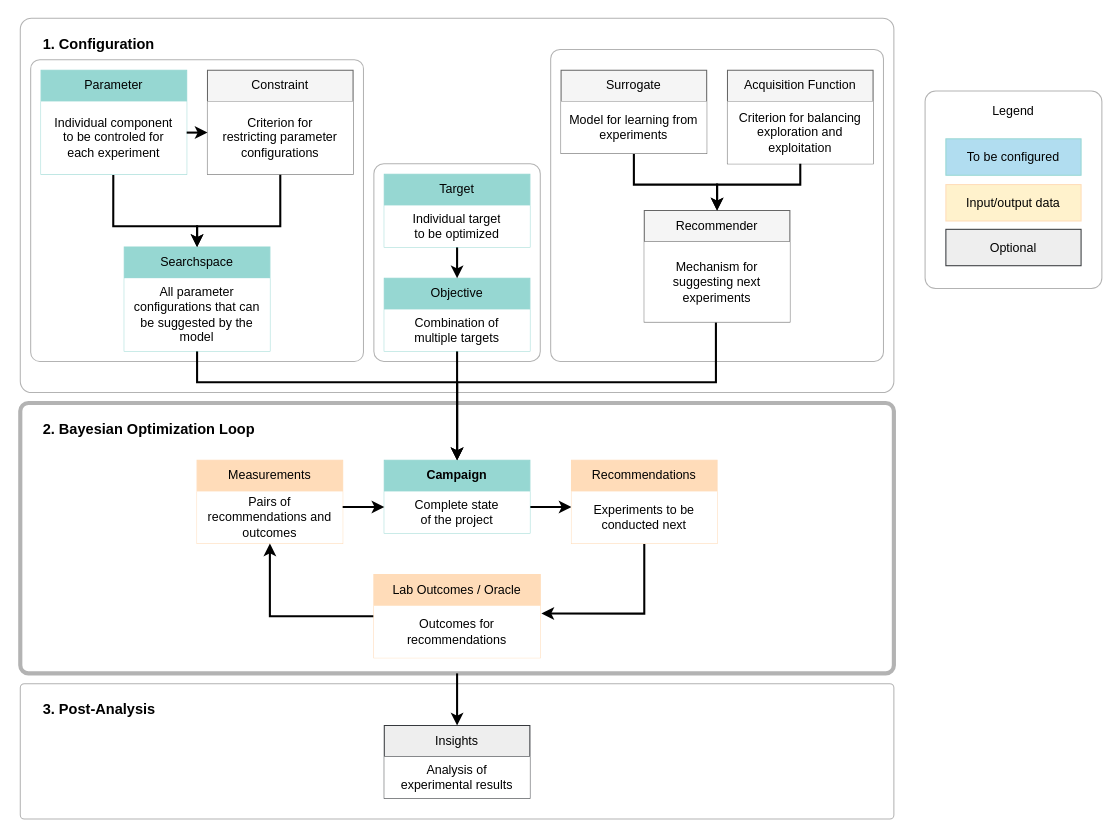
Above: docs/_static/api_overview.drawio in emdgroup/baybe (draw.io), before the change. Source tidied: cells renumbered, new cells numbered last; positions are measured from the earlier drawing's top-left corner, leaving out a move shared by most shapes. Both pictures are drawn from the tidied source at 104%, with x=0, y=0 at pixel (20, 18).
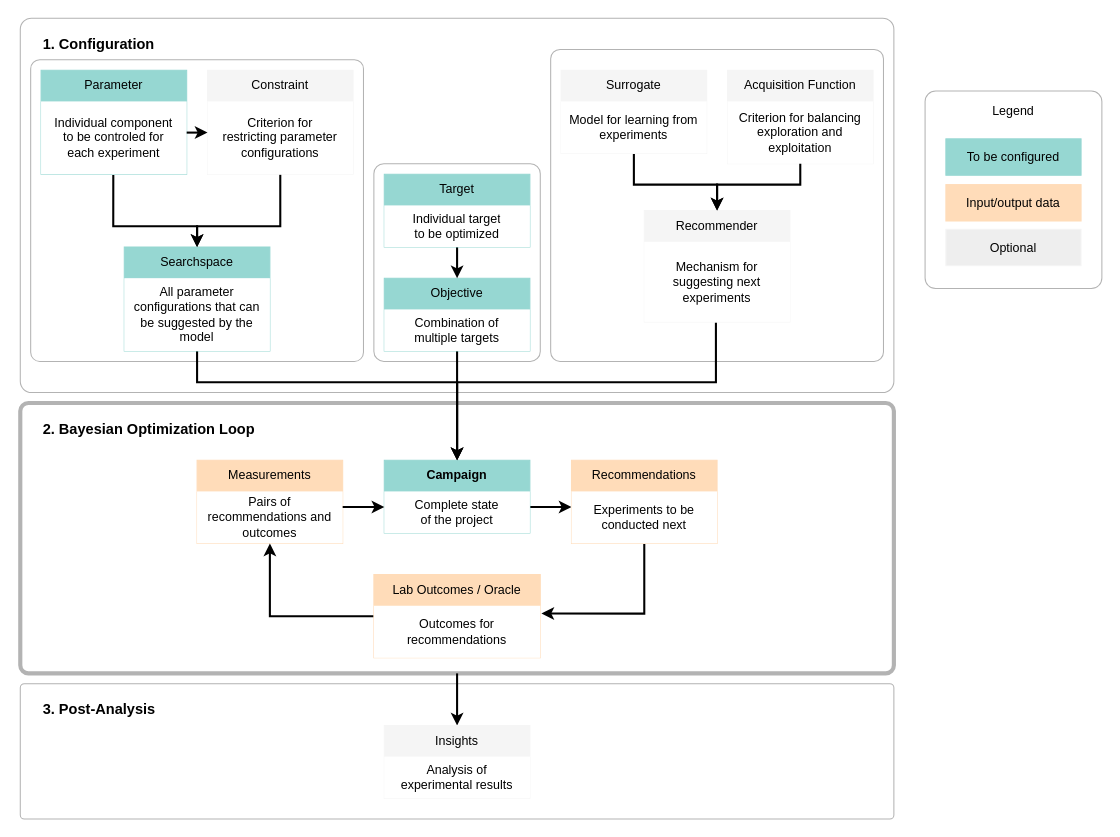
Above is the later version.

Commit message:
Update diagram colors

Diff of the diagram source:
```diff
@@
-    <mxCell id="20" value="&lt;font style=&quot;color: light-dark(rgb(0, 0, 0), rgb(255, 255, 255));&quot;&gt;Recommender&lt;/font&gt;" style="swimlane;fontStyle=0;horizontal=1;startSize=30;whiteSpace=wrap;html=1;fillColor=#f5f5f5;strokeColor=#666666;fontColor=#333333;" parent="1" vertex="1">
+    <mxCell id="20" value="&lt;font style=&quot;color: light-dark(rgb(0, 0, 0), rgb(255, 255, 255));&quot;&gt;Recommender&lt;/font&gt;" style="swimlane;fontStyle=0;horizontal=1;startSize=30;whiteSpace=wrap;html=1;fillColor=#f5f5f5;strokeColor=light-dark(#F5F5F5,#1A1A1A);fontColor=#333333;" parent="1" vertex="1">
       <mxGeometry x="600" y="185" width="140" height="107" as="geometry" />
     </mxCell>
@@
-    <mxCell id="35" value="&lt;font style=&quot;color: light-dark(rgb(0, 0, 0), rgb(255, 255, 255));&quot;&gt;Constraint&lt;/font&gt;" style="swimlane;fontStyle=0;horizontal=1;startSize=30;whiteSpace=wrap;html=1;fillColor=#f5f5f5;strokeColor=#666666;fontColor=#333333;" parent="1" vertex="1">
+    <mxCell id="35" value="&lt;font style=&quot;color: light-dark(rgb(0, 0, 0), rgb(255, 255, 255));&quot;&gt;Constraint&lt;/font&gt;" style="swimlane;fontStyle=0;horizontal=1;startSize=30;whiteSpace=wrap;html=1;fillColor=#f5f5f5;strokeColor=light-dark(#F5F5F5,#1A1A1A);fontColor=#333333;" parent="1" vertex="1">
       <mxGeometry x="180" y="50" width="140" height="100" as="geometry" />
     </mxCell>
@@
-    <mxCell id="37" value="&lt;font style=&quot;color: light-dark(rgb(0, 0, 0), rgb(255, 255, 255));&quot;&gt;Insights&lt;/font&gt;" style="swimlane;fontStyle=0;horizontal=1;startSize=30;whiteSpace=wrap;html=1;fillColor=#eeeeee;strokeColor=#36393d;" parent="1" vertex="1">
+    <mxCell id="37" value="&lt;font style=&quot;color: light-dark(rgb(0, 0, 0), rgb(255, 255, 255));&quot;&gt;Insights&lt;/font&gt;" style="swimlane;fontStyle=0;horizontal=1;startSize=30;whiteSpace=wrap;html=1;fillColor=#f5f5f5;strokeColor=light-dark(#F5F5F5,#1A1A1A);fontColor=#333333;" parent="1" vertex="1">
       <mxGeometry x="350" y="680" width="140" height="70" as="geometry" />
     </mxCell>
@@
-    <mxCell id="47" value="&lt;font style=&quot;color: light-dark(rgb(0, 0, 0), rgb(255, 255, 255));&quot;&gt;Surrogate&lt;/font&gt;" style="swimlane;fontStyle=0;horizontal=1;startSize=30;whiteSpace=wrap;html=1;fillColor=#f5f5f5;strokeColor=#666666;fontColor=#333333;" parent="1" vertex="1">
+    <mxCell id="47" value="&lt;font style=&quot;color: light-dark(rgb(0, 0, 0), rgb(255, 255, 255));&quot;&gt;Surrogate&lt;/font&gt;" style="swimlane;fontStyle=0;horizontal=1;startSize=30;whiteSpace=wrap;html=1;fillColor=#f5f5f5;strokeColor=light-dark(#F5F5F5,#1A1A1A);fontColor=#333333;" parent="1" vertex="1">
       <mxGeometry x="520" y="50" width="140" height="80" as="geometry" />
     </mxCell>
@@
-    <mxCell id="49" value="&lt;font style=&quot;color: light-dark(rgb(0, 0, 0), rgb(255, 255, 255));&quot;&gt;Acquisition Function&lt;/font&gt;" style="swimlane;fontStyle=0;horizontal=1;startSize=30;whiteSpace=wrap;html=1;fillColor=#f5f5f5;strokeColor=#666666;fontColor=#333333;" parent="1" vertex="1">
+    <mxCell id="49" value="&lt;font style=&quot;color: light-dark(rgb(0, 0, 0), rgb(255, 255, 255));&quot;&gt;Acquisition Function&lt;/font&gt;" style="swimlane;fontStyle=0;horizontal=1;startSize=30;whiteSpace=wrap;html=1;fillColor=#f5f5f5;strokeColor=light-dark(#F5F5F5,#1A1A1A);fontColor=#333333;" parent="1" vertex="1">
       <mxGeometry x="680" y="50" width="140" height="90" as="geometry" />
     </mxCell>
@@
-    <mxCell id="52" value="Optional" style="rounded=1;whiteSpace=wrap;html=1;fillColor=#eeeeee;strokeColor=#36393d;arcSize=0;" parent="1" vertex="1">
+    <mxCell id="52" value="Optional" style="rounded=1;whiteSpace=wrap;html=1;fillColor=#eeeeee;strokeColor=light-dark(#F5F5F5,#1A1A1A);arcSize=0;" parent="1" vertex="1">
       <mxGeometry x="890" y="203" width="130" height="35" as="geometry" />
     </mxCell>
-    <mxCell id="53" value="To be configured" style="rounded=1;whiteSpace=wrap;html=1;fillColor=light-dark(#b1ddf0, #1069af);strokeColor=light-dark(#96D7D2,#0F69AF);arcSize=0;" parent="1" vertex="1">
+    <mxCell id="53" value="To be configured" style="rounded=1;whiteSpace=wrap;html=1;fillColor=light-dark(#96D7D2,#0F69AF);strokeColor=light-dark(#96D7D2,#0F69AF);arcSize=0;" parent="1" vertex="1">
       <mxGeometry x="890" y="116" width="130" height="35" as="geometry" />
     </mxCell>
@@
-    <mxCell id="55" value="&lt;span style=&quot;font-weight: normal;&quot;&gt;&lt;font style=&quot;color: light-dark(rgb(0, 0, 0), rgb(255, 255, 255));&quot;&gt;Input/output data&lt;/font&gt;&lt;/span&gt;" style="rounded=1;whiteSpace=wrap;html=1;fillColor=light-dark(#fff2cc, #ce742b);strokeColor=light-dark(#FFDCB9,#CE742A);fontStyle=1;arcSize=0;" parent="1" vertex="1">
+    <mxCell id="55" value="&lt;span style=&quot;font-weight: normal;&quot;&gt;&lt;font style=&quot;color: light-dark(rgb(0, 0, 0), rgb(255, 255, 255));&quot;&gt;Input/output data&lt;/font&gt;&lt;/span&gt;" style="rounded=1;whiteSpace=wrap;html=1;fillColor=light-dark(#FFDCB9,#CE742A);strokeColor=light-dark(#FFDCB9,#CE742A);fontStyle=1;arcSize=0;" parent="1" vertex="1">
       <mxGeometry x="890" y="160" width="130" height="35" as="geometry" />
     </mxCell>
```
